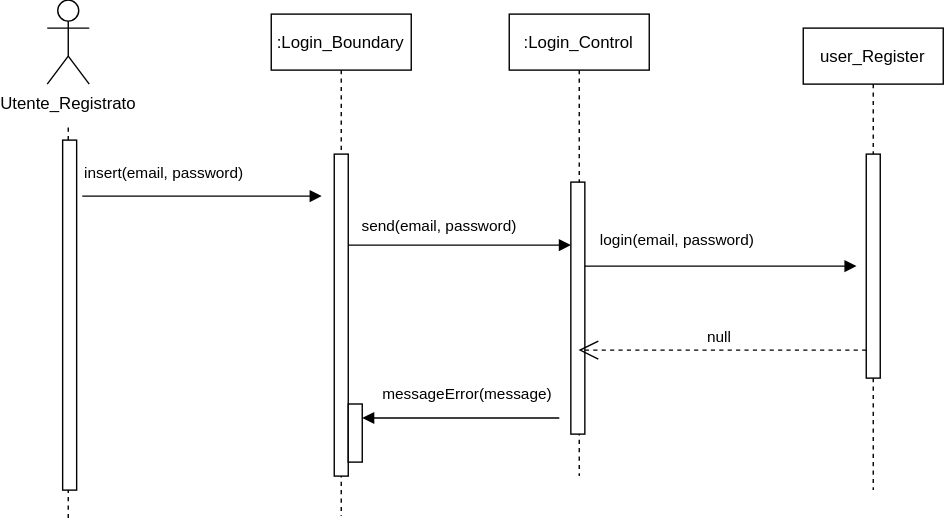
dop654/CinePlex keeps this draw.io diagram as document temp/Sequence Diagrams/SD_AutenticazioneFallita.svg. Above is the earlier version. Source tidied: cells renumbered, new cells last; positions are measured from the earlier drawing's top-left corner, leaving out a move shared by most shapes.
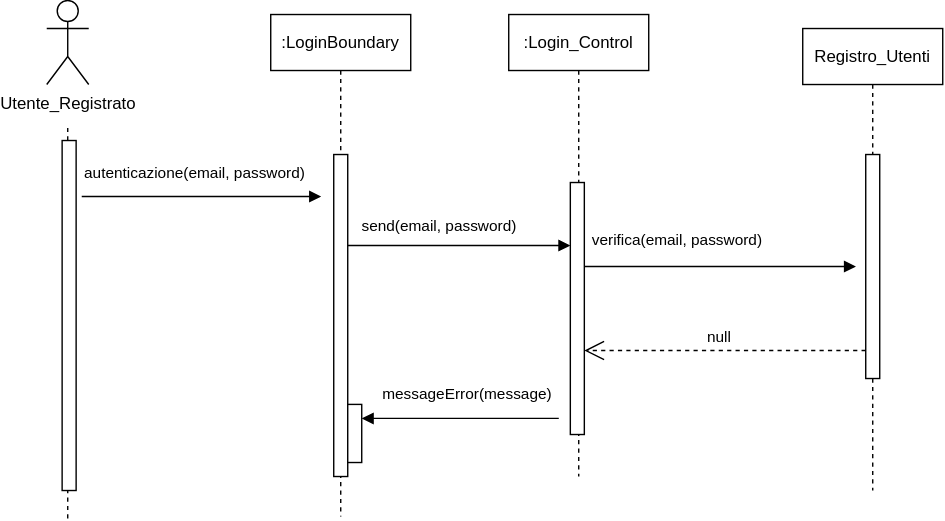
The same file after the commit.

Diff of the diagram source:
```diff
@@ -5,27 +5,27 @@
     <mxCell id="2" value="Utente_Registrato" style="shape=umlActor;verticalLabelPosition=bottom;verticalAlign=top;html=1;labelPerimeter=1;" parent="1" vertex="1">
       <mxGeometry x="0.3" y="-0.5" width="30" height="60" as="geometry" />
     </mxCell>
-    <mxCell id="3" style="line;strokeWidth=1;fillColor=none;align=left;verticalAlign=middle;spacingTop=-1;spacingLeft=3;spacingRight=3;labelPosition=right;strokeColor=inherit;labelPerimeter=1;flipV=1;legacyAnchorPoints=0;direction=south;dashed=1;" parent="1" vertex="1">
-      <mxGeometry x="11.3" y="89.5" width="8" height="280" as="geometry" />
-    </mxCell>
-    <mxCell id="4" style="html=1;perimeter=orthogonalPerimeter;targetShapes=umlLifeline;newEdgeStyle={&quot;edgeStyle&quot;:&quot;sequenceEdgeStyle&quot;,&quot;libavoidRouting&quot;:0,&quot;curved&quot;:0,&quot;rounded&quot;:0};" parent="1" vertex="1">
-      <mxGeometry x="11.3" y="99.5" width="10" height="250" as="geometry" />
-    </mxCell>
-    <mxCell id="5" value=":Login_Boundary" style="shape=umlLifeline;perimeter=lifelinePerimeter;whiteSpace=wrap;html=1;newEdgeStyle={&quot;edgeStyle&quot;:&quot;sequenceEdgeStyle&quot;,&quot;libavoidRouting&quot;:0,&quot;curved&quot;:0,&quot;rounded&quot;:0};" parent="1" vertex="1">
-      <mxGeometry x="160.3" y="9.5" width="100" height="358.5" as="geometry" />
-    </mxCell>
+    <mxCell id="17" style="line;strokeWidth=1;fillColor=none;align=left;verticalAlign=middle;spacingTop=-1;spacingLeft=3;spacingRight=3;labelPosition=right;strokeColor=inherit;labelPerimeter=1;flipV=1;legacyAnchorPoints=0;direction=south;dashed=1;" parent="1" vertex="1">
+      <mxGeometry x="11.3" y="89.5" width="8" height="280" as="geometry" />
+    </mxCell>
+    <mxCell id="18" style="html=1;perimeter=orthogonalPerimeter;targetShapes=umlLifeline;newEdgeStyle={&quot;edgeStyle&quot;:&quot;sequenceEdgeStyle&quot;,&quot;libavoidRouting&quot;:0,&quot;curved&quot;:0,&quot;rounded&quot;:0};" parent="1" vertex="1">
+      <mxGeometry x="11.3" y="99.5" width="10" height="250" as="geometry" />
+    </mxCell>
+    <mxCell id="19" value=":LoginBoundary" style="shape=umlLifeline;perimeter=lifelinePerimeter;whiteSpace=wrap;html=1;newEdgeStyle={&quot;edgeStyle&quot;:&quot;sequenceEdgeStyle&quot;,&quot;libavoidRouting&quot;:0,&quot;curved&quot;:0,&quot;rounded&quot;:0};" parent="1" vertex="1">
+      <mxGeometry x="160.3" y="9.5" width="100" height="358.5" as="geometry" />
+    </mxCell>
-    <mxCell id="6" style="html=1;perimeter=orthogonalPerimeter;targetShapes=umlLifeline;newEdgeStyle={&quot;edgeStyle&quot;:&quot;sequenceEdgeStyle&quot;,&quot;libavoidRouting&quot;:0,&quot;curved&quot;:0,&quot;rounded&quot;:0};" parent="5" vertex="1">
+    <mxCell id="6" style="html=1;perimeter=orthogonalPerimeter;targetShapes=umlLifeline;newEdgeStyle={&quot;edgeStyle&quot;:&quot;sequenceEdgeStyle&quot;,&quot;libavoidRouting&quot;:0,&quot;curved&quot;:0,&quot;rounded&quot;:0};" parent="19" vertex="1">
       <mxGeometry x="45" y="100" width="10" height="230" as="geometry" />
     </mxCell>
-    <mxCell id="7" style="html=1;perimeter=orthogonalPerimeter;targetShapes=umlLifeline;newEdgeStyle={&quot;edgeStyle&quot;:&quot;sequenceEdgeStyle&quot;,&quot;libavoidRouting&quot;:0,&quot;curved&quot;:0,&quot;rounded&quot;:0};" parent="5" vertex="1">
+    <mxCell id="7" style="html=1;perimeter=orthogonalPerimeter;targetShapes=umlLifeline;newEdgeStyle={&quot;edgeStyle&quot;:&quot;sequenceEdgeStyle&quot;,&quot;libavoidRouting&quot;:0,&quot;curved&quot;:0,&quot;rounded&quot;:0};" parent="19" vertex="1">
       <mxGeometry x="55" y="278.5" width="10" height="41.5" as="geometry" />
     </mxCell>
-    <mxCell id="8" value="insert(email, &lt;span style=&quot;background-color: transparent; color: light-dark(#000000, var(--ge-light-color, #ffffff));&quot;&gt;password)&lt;/span&gt;" style="endArrow=block;endFill=1;html=1;edgeStyle=orthogonalEdgeStyle;align=left;verticalAlign=top;rounded=0;defaultLabelBackgroundColor=page;" parent="1" edge="1">
-      <mxGeometry x="-1" y="30" relative="1" as="geometry">
-        <mxPoint x="25.3" y="139.5" as="sourcePoint" />
-        <mxPoint x="196.3" y="139.5" as="targetPoint" />
-      </mxGeometry>
-    </mxCell>
+    <mxCell id="20" value="autenticazione(email, &lt;span style=&quot;background-color: transparent; color: light-dark(#000000, var(--ge-light-color, #ffffff));&quot;&gt;password)&lt;/span&gt;" style="endArrow=block;endFill=1;html=1;edgeStyle=orthogonalEdgeStyle;align=left;verticalAlign=top;rounded=0;defaultLabelBackgroundColor=page;" parent="1" edge="1">
+      <mxGeometry x="-1" y="30" relative="1" as="geometry">
+        <mxPoint x="25.3" y="139.5" as="sourcePoint" />
+        <mxPoint x="196.3" y="139.5" as="targetPoint" />
+      </mxGeometry>
+    </mxCell>
     <mxCell id="9" value=":Login_Control" style="shape=umlLifeline;perimeter=lifelinePerimeter;whiteSpace=wrap;html=1;outlineConnect=0;portConstraint=eastwest;newEdgeStyle={&quot;edgeStyle&quot;:&quot;sequenceEdgeStyle&quot;,&quot;libavoidRouting&quot;:0,&quot;curved&quot;:0,&quot;rounded&quot;:0};" parent="1" vertex="1">
       <mxGeometry x="330.3" y="9.5" width="100" height="330" as="geometry" />
     </mxCell>
@@ -40,30 +40,30 @@
         </Array>
       </mxGeometry>
     </mxCell>
-    <mxCell id="12" value="user_Register" style="shape=umlLifeline;perimeter=lifelinePerimeter;whiteSpace=wrap;html=1;newEdgeStyle={&quot;edgeStyle&quot;:&quot;sequenceEdgeStyle&quot;,&quot;libavoidRouting&quot;:0,&quot;curved&quot;:0,&quot;rounded&quot;:0};" parent="1" vertex="1">
-      <mxGeometry x="540.3" y="19.5" width="100" height="330" as="geometry" />
-    </mxCell>
+    <mxCell id="21" value="Registro_Utenti" style="shape=umlLifeline;perimeter=lifelinePerimeter;whiteSpace=wrap;html=1;newEdgeStyle={&quot;edgeStyle&quot;:&quot;sequenceEdgeStyle&quot;,&quot;libavoidRouting&quot;:0,&quot;curved&quot;:0,&quot;rounded&quot;:0};" parent="1" vertex="1">
+      <mxGeometry x="540.3" y="19.5" width="100" height="330" as="geometry" />
+    </mxCell>
-    <mxCell id="13" style="html=1;perimeter=orthogonalPerimeter;targetShapes=umlLifeline;newEdgeStyle={&quot;edgeStyle&quot;:&quot;sequenceEdgeStyle&quot;,&quot;libavoidRouting&quot;:0,&quot;curved&quot;:0,&quot;rounded&quot;:0};" parent="12" vertex="1">
+    <mxCell id="13" style="html=1;perimeter=orthogonalPerimeter;targetShapes=umlLifeline;newEdgeStyle={&quot;edgeStyle&quot;:&quot;sequenceEdgeStyle&quot;,&quot;libavoidRouting&quot;:0,&quot;curved&quot;:0,&quot;rounded&quot;:0};" parent="21" vertex="1">
       <mxGeometry x="45" y="90" width="10" height="160" as="geometry" />
     </mxCell>
-    <mxCell id="14" value="login&lt;span style=&quot;text-align: left;&quot;&gt;(email, &lt;/span&gt;&lt;span style=&quot;text-align: left; background-color: transparent; color: light-dark(#000000, var(--ge-light-color, #ffffff));&quot;&gt;password)&lt;/span&gt;" style="html=1;verticalAlign=bottom;endArrow=block;edgeStyle=sequenceEdgeStyle;libavoidRouting=0;curved=0;rounded=0;entryX=0;entryY=0;entryDx=0;entryDy=45;defaultLabelBackgroundColor=page;" parent="1" edge="1">
-      <mxGeometry x="-0.32" y="10" relative="1" as="geometry">
-        <mxPoint x="384.3" y="189.5" as="sourcePoint" />
-        <mxPoint x="578.3" y="189.5" as="targetPoint" />
-        <Array as="points">
-          <mxPoint x="463.8" y="189.5" />
-        </Array>
-      </mxGeometry>
-    </mxCell>
+    <mxCell id="22" value="verifica&lt;span style=&quot;text-align: left;&quot;&gt;(email, &lt;/span&gt;&lt;span style=&quot;text-align: left; background-color: transparent; color: light-dark(#000000, var(--ge-light-color, #ffffff));&quot;&gt;password)&lt;/span&gt;" style="html=1;verticalAlign=bottom;endArrow=block;edgeStyle=sequenceEdgeStyle;libavoidRouting=0;curved=0;rounded=0;entryX=0;entryY=0;entryDx=0;entryDy=45;defaultLabelBackgroundColor=page;" parent="1" edge="1">
+      <mxGeometry x="-0.32" y="10" relative="1" as="geometry">
+        <mxPoint x="384.3" y="189.5" as="sourcePoint" />
+        <mxPoint x="578.3" y="189.5" as="targetPoint" />
+        <Array as="points">
+          <mxPoint x="463.8" y="189.5" />
+        </Array>
+      </mxGeometry>
+    </mxCell>
-    <mxCell id="15" value="null" style="endArrow=open;endSize=12;dashed=1;html=1;rounded=0;defaultLabelBackgroundColor=page;" parent="1" edge="1" target="9">
-      <mxGeometry x="0.02" y="-10" relative="1" as="geometry">
+    <mxCell id="15" value="null" style="endArrow=open;endSize=12;dashed=1;html=1;rounded=0;defaultLabelBackgroundColor=page;" parent="1" edge="1" target="10">
+      <mxGeometry x="0.04" y="-10" relative="1" as="geometry">
         <mxPoint x="585.3" y="249.5" as="sourcePoint" />
       </mxGeometry>
     </mxCell>
     <mxCell id="16" value="messageError(message)" style="endArrow=block;endFill=1;html=1;edgeStyle=orthogonalEdgeStyle;align=left;verticalAlign=top;rounded=0;defaultLabelBackgroundColor=page;" parent="1" edge="1">
       <mxGeometry x="0.82" y="-30" relative="1" as="geometry">
         <mxPoint x="366" y="298" as="sourcePoint" />
-        <mxPoint x="225.2" y="298" as="targetPoint" />
+        <mxPoint x="225.3" y="298" as="targetPoint" />
       </mxGeometry>
     </mxCell>
   </root>
```
